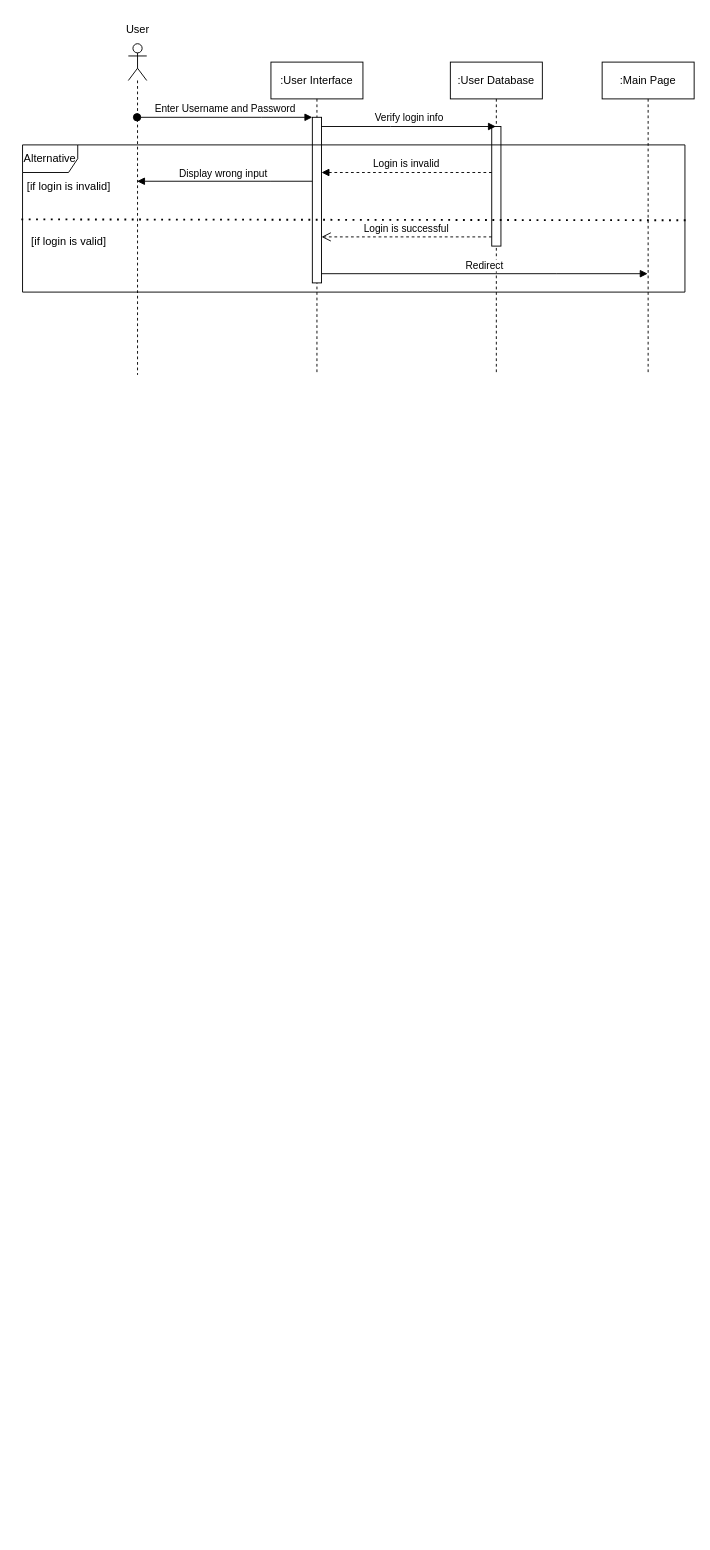
This is Login Sequence Diagram.drawio from adl409/SE-project-Group-5, a draw.io file, before an edit. Source tidied: cells renumbered, new cells numbered last; positions are measured from the earlier drawing's top-left corner, leaving out a move shared by most shapes. Both pictures are drawn from the tidied source at 92%, with x=0, y=0 at pixel (17, 16).
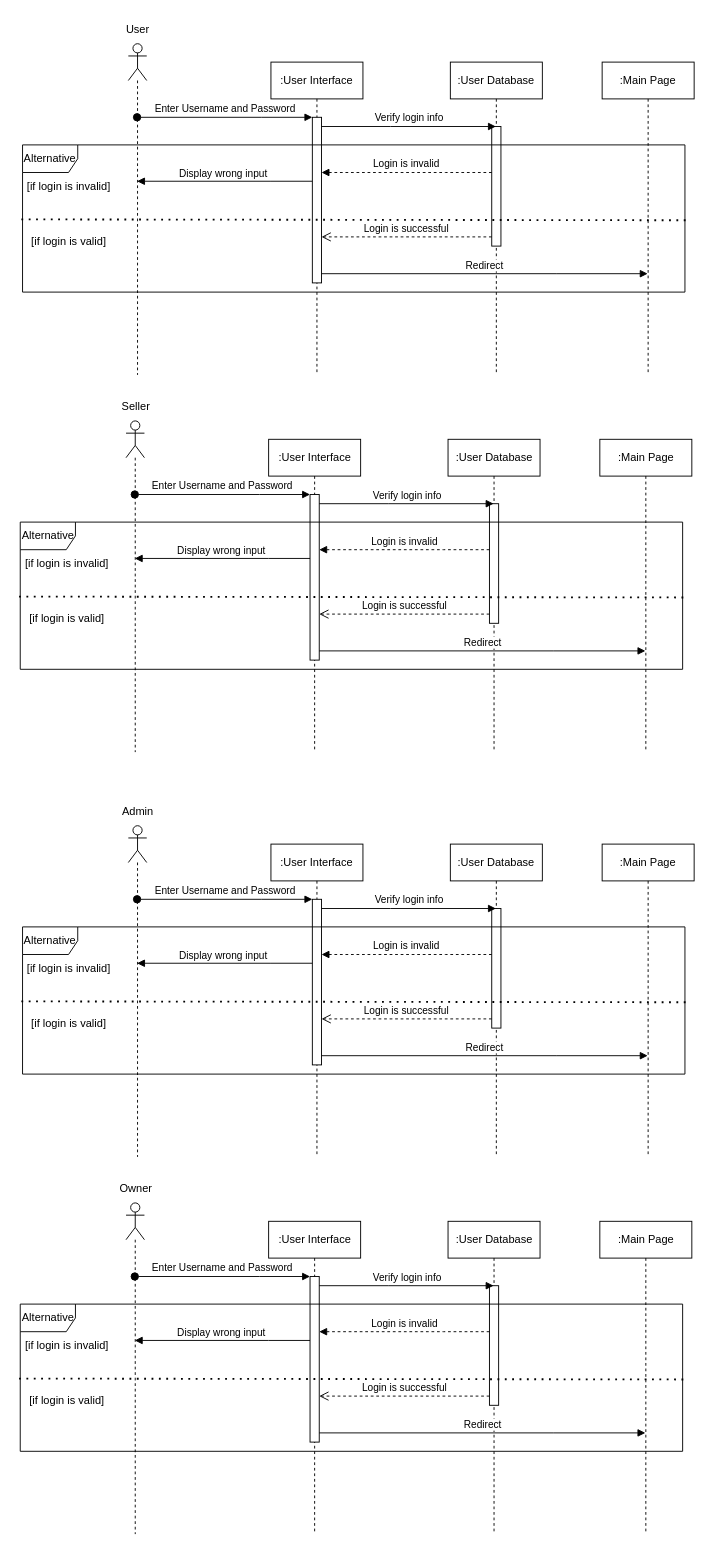
The same page after the edit.

Commit message (it also covers changes not shown here):
Update Login Sequence Diagram

Diff of the diagram source:
```diff
@@
+    <mxCell id="19" value=":User Interface" style="shape=umlLifeline;perimeter=lifelinePerimeter;whiteSpace=wrap;html=1;newEdgeStyle={&quot;edgeStyle&quot;:&quot;elbowEdgeStyle&quot;,&quot;elbow&quot;:&quot;vertical&quot;,&quot;curved&quot;:0,&quot;rounded&quot;:0};" parent="1" vertex="1">
+      <mxGeometry x="272.5" y="460" width="100" height="340" as="geometry" />
+    </mxCell>
+    <mxCell id="20" style="html=1;points=[];perimeter=orthogonalPerimeter;outlineConnect=0;targetShapes=umlLifeline;portConstraint=eastwest;newEdgeStyle={&quot;edgeStyle&quot;:&quot;elbowEdgeStyle&quot;,&quot;elbow&quot;:&quot;vertical&quot;,&quot;curved&quot;:0,&quot;rounded&quot;:0};" parent="19" vertex="1">
+      <mxGeometry x="45" y="60" width="10" height="180" as="geometry" />
+    </mxCell>
+    <mxCell id="21" value=":User Database" style="shape=umlLifeline;perimeter=lifelinePerimeter;whiteSpace=wrap;html=1;outlineConnect=0;portConstraint=eastwest;newEdgeStyle={&quot;edgeStyle&quot;:&quot;elbowEdgeStyle&quot;,&quot;elbow&quot;:&quot;vertical&quot;,&quot;curved&quot;:0,&quot;rounded&quot;:0};" parent="1" vertex="1">
+      <mxGeometry x="467.5" y="460" width="100" height="340" as="geometry" />
+    </mxCell>
+    <mxCell id="22" style="html=1;points=[];perimeter=orthogonalPerimeter;outlineConnect=0;targetShapes=umlLifeline;portConstraint=eastwest;newEdgeStyle={&quot;edgeStyle&quot;:&quot;elbowEdgeStyle&quot;,&quot;elbow&quot;:&quot;vertical&quot;,&quot;curved&quot;:0,&quot;rounded&quot;:0};" parent="21" vertex="1">
+      <mxGeometry x="45" y="70" width="10" height="130" as="geometry" />
+    </mxCell>
+    <mxCell id="23" style="shape=umlLifeline;perimeter=lifelinePerimeter;whiteSpace=wrap;html=1;outlineConnect=0;portConstraint=eastwest;newEdgeStyle={&quot;edgeStyle&quot;:&quot;elbowEdgeStyle&quot;,&quot;elbow&quot;:&quot;vertical&quot;,&quot;curved&quot;:0,&quot;rounded&quot;:0};participant=umlActor;" parent="1" vertex="1">
+      <mxGeometry x="117.5" y="440" width="20" height="360" as="geometry" />
+    </mxCell>
+    <mxCell id="24" value="Enter Username and Password" style="html=1;verticalAlign=bottom;startArrow=oval;endArrow=block;startSize=8;edgeStyle=elbowEdgeStyle;elbow=vertical;curved=0;rounded=0;" parent="1" edge="1" source="23" target="20">
+      <mxGeometry relative="1" as="geometry">
+        <Array as="points">
+          <mxPoint x="262.5" y="520" />
+          <mxPoint x="202.5" y="550" />
+          <mxPoint x="222.5" y="590" />
+        </Array>
+      </mxGeometry>
+    </mxCell>
+    <mxCell id="25" value="Seller" style="text;html=1;align=center;verticalAlign=middle;strokeColor=none;fillColor=none;" parent="1" vertex="1">
+      <mxGeometry x="102.5" y="410" width="50" height="30" as="geometry" />
+    </mxCell>
+    <mxCell id="26" value="Login is successful" style="html=1;verticalAlign=bottom;endArrow=open;dashed=1;endSize=8;edgeStyle=elbowEdgeStyle;elbow=vertical;curved=0;rounded=0;" parent="1" edge="1" source="22" target="20">
+      <mxGeometry relative="1" as="geometry">
+        <Array as="points">
+          <mxPoint x="482.5" y="650" />
+          <mxPoint x="392.5" y="650" />
+          <mxPoint x="402.5" y="640" />
+          <mxPoint x="492.5" y="690" />
+          <mxPoint x="372.5" y="670" />
+          <mxPoint x="362.5" y="740" />
+          <mxPoint x="452.5" y="670" />
+          <mxPoint x="422.5" y="690" />
+          <mxPoint x="282.5" y="680" />
+          <mxPoint x="232.5" y="710" />
+          <mxPoint x="192.5" y="630" />
+        </Array>
+      </mxGeometry>
+    </mxCell>
+    <mxCell id="27" value="Verify login info" style="html=1;verticalAlign=bottom;endArrow=block;edgeStyle=elbowEdgeStyle;elbow=vertical;curved=0;rounded=0;" parent="1" edge="1" target="21">
+      <mxGeometry relative="1" as="geometry">
+        <mxPoint x="327.5" y="530" as="sourcePoint" />
+        <Array as="points">
+          <mxPoint x="402.5" y="530" />
+          <mxPoint x="692.5" y="560" />
+        </Array>
+      </mxGeometry>
+    </mxCell>
+    <mxCell id="28" value="Login is invalid" style="html=1;verticalAlign=bottom;endArrow=block;edgeStyle=elbowEdgeStyle;elbow=vertical;curved=0;rounded=0;dashed=1;" parent="1" edge="1" source="22" target="20">
+      <mxGeometry relative="1" as="geometry">
+        <Array as="points">
+          <mxPoint x="462.5" y="580" />
+          <mxPoint x="442.5" y="610" />
+          <mxPoint x="467.5" y="560" />
+        </Array>
+      </mxGeometry>
+    </mxCell>
+    <mxCell id="29" value="Display wrong input" style="html=1;verticalAlign=bottom;endArrow=block;edgeStyle=elbowEdgeStyle;elbow=vertical;curved=0;rounded=0;" parent="1" edge="1" source="20" target="23">
+      <mxGeometry x="0.02" relative="1" as="geometry">
+        <Array as="points">
+          <mxPoint x="272.5" y="589.5" />
+          <mxPoint x="252.5" y="619.5" />
+          <mxPoint x="277.5" y="569.5" />
+        </Array>
+      </mxGeometry>
+    </mxCell>
+    <mxCell id="30" value=":Main Page" style="shape=umlLifeline;perimeter=lifelinePerimeter;whiteSpace=wrap;html=1;outlineConnect=0;portConstraint=eastwest;newEdgeStyle={&quot;edgeStyle&quot;:&quot;elbowEdgeStyle&quot;,&quot;elbow&quot;:&quot;vertical&quot;,&quot;curved&quot;:0,&quot;rounded&quot;:0};" parent="1" vertex="1">
+      <mxGeometry x="632.5" y="460" width="100" height="340" as="geometry" />
+    </mxCell>
+    <mxCell id="31" value="Redirect" style="html=1;verticalAlign=bottom;endArrow=block;edgeStyle=elbowEdgeStyle;elbow=vertical;curved=0;rounded=0;" parent="1" edge="1" source="20" target="30">
+      <mxGeometry relative="1" as="geometry">
+        <Array as="points">
+          <mxPoint x="582.5" y="690" />
+          <mxPoint x="532.5" y="680" />
+          <mxPoint x="582.5" y="740" />
+          <mxPoint x="432.5" y="760" />
+          <mxPoint x="382.5" y="730" />
+          <mxPoint x="427.5" y="730" />
+          <mxPoint x="717.5" y="760" />
+        </Array>
+      </mxGeometry>
+    </mxCell>
+    <mxCell id="32" value="Alternative" style="shape=umlFrame;whiteSpace=wrap;html=1;" parent="1" vertex="1">
+      <mxGeometry x="2.5" y="550" width="720" height="160" as="geometry" />
+    </mxCell>
+    <mxCell id="33" value="[if login is invalid]" style="text;html=1;align=center;verticalAlign=middle;strokeColor=none;fillColor=none;" parent="1" vertex="1">
+      <mxGeometry x="-2.5" y="580" width="110" height="30" as="geometry" />
+    </mxCell>
+    <mxCell id="34" style="endArrow=none;dashed=1;html=1;dashPattern=1 3;strokeWidth=2;rounded=0;entryX=-0.002;entryY=0.506;entryDx=0;entryDy=0;entryPerimeter=0;exitX=1.001;exitY=0.512;exitDx=0;exitDy=0;exitPerimeter=0;" parent="1" edge="1" source="32" target="32">
+      <mxGeometry relative="1" as="geometry" />
+    </mxCell>
+    <mxCell id="35" value="[if login is valid]" style="text;html=1;align=center;verticalAlign=middle;strokeColor=none;fillColor=none;" parent="1" vertex="1">
+      <mxGeometry x="2.5" y="640" width="100" height="30" as="geometry" />
+    </mxCell>
+    <mxCell id="36" value=":User Interface" style="shape=umlLifeline;perimeter=lifelinePerimeter;whiteSpace=wrap;html=1;newEdgeStyle={&quot;edgeStyle&quot;:&quot;elbowEdgeStyle&quot;,&quot;elbow&quot;:&quot;vertical&quot;,&quot;curved&quot;:0,&quot;rounded&quot;:0};" parent="1" vertex="1">
+      <mxGeometry x="275" y="900" width="100" height="340" as="geometry" />
+    </mxCell>
+    <mxCell id="37" style="html=1;points=[];perimeter=orthogonalPerimeter;outlineConnect=0;targetShapes=umlLifeline;portConstraint=eastwest;newEdgeStyle={&quot;edgeStyle&quot;:&quot;elbowEdgeStyle&quot;,&quot;elbow&quot;:&quot;vertical&quot;,&quot;curved&quot;:0,&quot;rounded&quot;:0};" parent="36" vertex="1">
+      <mxGeometry x="45" y="60" width="10" height="180" as="geometry" />
+    </mxCell>
+    <mxCell id="38" value=":User Database" style="shape=umlLifeline;perimeter=lifelinePerimeter;whiteSpace=wrap;html=1;outlineConnect=0;portConstraint=eastwest;newEdgeStyle={&quot;edgeStyle&quot;:&quot;elbowEdgeStyle&quot;,&quot;elbow&quot;:&quot;vertical&quot;,&quot;curved&quot;:0,&quot;rounded&quot;:0};" parent="1" vertex="1">
+      <mxGeometry x="470" y="900" width="100" height="340" as="geometry" />
+    </mxCell>
+    <mxCell id="39" style="html=1;points=[];perimeter=orthogonalPerimeter;outlineConnect=0;targetShapes=umlLifeline;portConstraint=eastwest;newEdgeStyle={&quot;edgeStyle&quot;:&quot;elbowEdgeStyle&quot;,&quot;elbow&quot;:&quot;vertical&quot;,&quot;curved&quot;:0,&quot;rounded&quot;:0};" parent="38" vertex="1">
+      <mxGeometry x="45" y="70" width="10" height="130" as="geometry" />
+    </mxCell>
+    <mxCell id="40" style="shape=umlLifeline;perimeter=lifelinePerimeter;whiteSpace=wrap;html=1;outlineConnect=0;portConstraint=eastwest;newEdgeStyle={&quot;edgeStyle&quot;:&quot;elbowEdgeStyle&quot;,&quot;elbow&quot;:&quot;vertical&quot;,&quot;curved&quot;:0,&quot;rounded&quot;:0};participant=umlActor;" parent="1" vertex="1">
+      <mxGeometry x="120" y="880" width="20" height="360" as="geometry" />
+    </mxCell>
+    <mxCell id="41" value="Enter Username and Password" style="html=1;verticalAlign=bottom;startArrow=oval;endArrow=block;startSize=8;edgeStyle=elbowEdgeStyle;elbow=vertical;curved=0;rounded=0;" parent="1" edge="1" source="40" target="37">
+      <mxGeometry relative="1" as="geometry">
+        <Array as="points">
+          <mxPoint x="265" y="960" />
+          <mxPoint x="205" y="990" />
+          <mxPoint x="225" y="1030" />
+        </Array>
+      </mxGeometry>
+    </mxCell>
+    <mxCell id="42" value="Admin" style="text;html=1;align=center;verticalAlign=middle;strokeColor=none;fillColor=none;" parent="1" vertex="1">
+      <mxGeometry x="100" y="850" width="60" height="30" as="geometry" />
+    </mxCell>
+    <mxCell id="43" value="Login is successful" style="html=1;verticalAlign=bottom;endArrow=open;dashed=1;endSize=8;edgeStyle=elbowEdgeStyle;elbow=vertical;curved=0;rounded=0;" parent="1" edge="1" source="39" target="37">
+      <mxGeometry relative="1" as="geometry">
+        <Array as="points">
+          <mxPoint x="485" y="1090" />
+          <mxPoint x="395" y="1090" />
+          <mxPoint x="405" y="1080" />
+          <mxPoint x="495" y="1130" />
+          <mxPoint x="375" y="1110" />
+          <mxPoint x="365" y="1180" />
+          <mxPoint x="455" y="1110" />
+          <mxPoint x="425" y="1130" />
+          <mxPoint x="285" y="1120" />
+          <mxPoint x="235" y="1150" />
+          <mxPoint x="195" y="1070" />
+        </Array>
+      </mxGeometry>
+    </mxCell>
+    <mxCell id="44" value="Verify login info" style="html=1;verticalAlign=bottom;endArrow=block;edgeStyle=elbowEdgeStyle;elbow=vertical;curved=0;rounded=0;" parent="1" edge="1" target="38">
+      <mxGeometry relative="1" as="geometry">
+        <mxPoint x="330" y="970" as="sourcePoint" />
+        <Array as="points">
+          <mxPoint x="405" y="970" />
+          <mxPoint x="695" y="1000" />
+        </Array>
+      </mxGeometry>
+    </mxCell>
+    <mxCell id="45" value="Login is invalid" style="html=1;verticalAlign=bottom;endArrow=block;edgeStyle=elbowEdgeStyle;elbow=vertical;curved=0;rounded=0;dashed=1;" parent="1" edge="1" source="39" target="37">
+      <mxGeometry relative="1" as="geometry">
+        <Array as="points">
+          <mxPoint x="465" y="1020" />
+          <mxPoint x="445" y="1050" />
+          <mxPoint x="470" y="1000" />
+        </Array>
+      </mxGeometry>
+    </mxCell>
+    <mxCell id="46" value="Display wrong input" style="html=1;verticalAlign=bottom;endArrow=block;edgeStyle=elbowEdgeStyle;elbow=vertical;curved=0;rounded=0;" parent="1" edge="1" source="37" target="40">
+      <mxGeometry x="0.02" relative="1" as="geometry">
+        <Array as="points">
+          <mxPoint x="275" y="1029.5" />
+          <mxPoint x="255" y="1059.5" />
+          <mxPoint x="280" y="1009.5" />
+        </Array>
+      </mxGeometry>
+    </mxCell>
+    <mxCell id="47" value=":Main Page" style="shape=umlLifeline;perimeter=lifelinePerimeter;whiteSpace=wrap;html=1;outlineConnect=0;portConstraint=eastwest;newEdgeStyle={&quot;edgeStyle&quot;:&quot;elbowEdgeStyle&quot;,&quot;elbow&quot;:&quot;vertical&quot;,&quot;curved&quot;:0,&quot;rounded&quot;:0};" parent="1" vertex="1">
+      <mxGeometry x="635" y="900" width="100" height="340" as="geometry" />
+    </mxCell>
+    <mxCell id="48" value="Redirect" style="html=1;verticalAlign=bottom;endArrow=block;edgeStyle=elbowEdgeStyle;elbow=vertical;curved=0;rounded=0;" parent="1" edge="1" source="37" target="47">
+      <mxGeometry relative="1" as="geometry">
+        <Array as="points">
+          <mxPoint x="585" y="1130" />
+          <mxPoint x="535" y="1120" />
+          <mxPoint x="585" y="1180" />
+          <mxPoint x="435" y="1200" />
+          <mxPoint x="385" y="1170" />
+          <mxPoint x="430" y="1170" />
+          <mxPoint x="720" y="1200" />
+        </Array>
+      </mxGeometry>
+    </mxCell>
+    <mxCell id="49" value="Alternative" style="shape=umlFrame;whiteSpace=wrap;html=1;" parent="1" vertex="1">
+      <mxGeometry x="5" y="990" width="720" height="160" as="geometry" />
+    </mxCell>
+    <mxCell id="50" value="[if login is invalid]" style="text;html=1;align=center;verticalAlign=middle;strokeColor=none;fillColor=none;" parent="1" vertex="1">
+      <mxGeometry y="1020" width="110" height="30" as="geometry" />
+    </mxCell>
+    <mxCell id="51" style="endArrow=none;dashed=1;html=1;dashPattern=1 3;strokeWidth=2;rounded=0;entryX=-0.002;entryY=0.506;entryDx=0;entryDy=0;entryPerimeter=0;exitX=1.001;exitY=0.512;exitDx=0;exitDy=0;exitPerimeter=0;" parent="1" edge="1" source="49" target="49">
+      <mxGeometry relative="1" as="geometry" />
+    </mxCell>
+    <mxCell id="52" value="[if login is valid]" style="text;html=1;align=center;verticalAlign=middle;strokeColor=none;fillColor=none;" parent="1" vertex="1">
+      <mxGeometry x="5" y="1080" width="100" height="30" as="geometry" />
+    </mxCell>
+    <mxCell id="53" value=":User Interface" style="shape=umlLifeline;perimeter=lifelinePerimeter;whiteSpace=wrap;html=1;newEdgeStyle={&quot;edgeStyle&quot;:&quot;elbowEdgeStyle&quot;,&quot;elbow&quot;:&quot;vertical&quot;,&quot;curved&quot;:0,&quot;rounded&quot;:0};" parent="1" vertex="1">
+      <mxGeometry x="272.5" y="1310" width="100" height="340" as="geometry" />
+    </mxCell>
+    <mxCell id="54" style="html=1;points=[];perimeter=orthogonalPerimeter;outlineConnect=0;targetShapes=umlLifeline;portConstraint=eastwest;newEdgeStyle={&quot;edgeStyle&quot;:&quot;elbowEdgeStyle&quot;,&quot;elbow&quot;:&quot;vertical&quot;,&quot;curved&quot;:0,&quot;rounded&quot;:0};" parent="53" vertex="1">
+      <mxGeometry x="45" y="60" width="10" height="180" as="geometry" />
+    </mxCell>
+    <mxCell id="55" value=":User Database" style="shape=umlLifeline;perimeter=lifelinePerimeter;whiteSpace=wrap;html=1;outlineConnect=0;portConstraint=eastwest;newEdgeStyle={&quot;edgeStyle&quot;:&quot;elbowEdgeStyle&quot;,&quot;elbow&quot;:&quot;vertical&quot;,&quot;curved&quot;:0,&quot;rounded&quot;:0};" parent="1" vertex="1">
+      <mxGeometry x="467.5" y="1310" width="100" height="340" as="geometry" />
+    </mxCell>
+    <mxCell id="56" style="html=1;points=[];perimeter=orthogonalPerimeter;outlineConnect=0;targetShapes=umlLifeline;portConstraint=eastwest;newEdgeStyle={&quot;edgeStyle&quot;:&quot;elbowEdgeStyle&quot;,&quot;elbow&quot;:&quot;vertical&quot;,&quot;curved&quot;:0,&quot;rounded&quot;:0};" parent="55" vertex="1">
+      <mxGeometry x="45" y="70" width="10" height="130" as="geometry" />
+    </mxCell>
+    <mxCell id="57" style="shape=umlLifeline;perimeter=lifelinePerimeter;whiteSpace=wrap;html=1;outlineConnect=0;portConstraint=eastwest;newEdgeStyle={&quot;edgeStyle&quot;:&quot;elbowEdgeStyle&quot;,&quot;elbow&quot;:&quot;vertical&quot;,&quot;curved&quot;:0,&quot;rounded&quot;:0};participant=umlActor;" parent="1" vertex="1">
+      <mxGeometry x="117.5" y="1290" width="20" height="360" as="geometry" />
+    </mxCell>
+    <mxCell id="58" value="Enter Username and Password" style="html=1;verticalAlign=bottom;startArrow=oval;endArrow=block;startSize=8;edgeStyle=elbowEdgeStyle;elbow=vertical;curved=0;rounded=0;" parent="1" edge="1" source="57" target="54">
+      <mxGeometry relative="1" as="geometry">
+        <Array as="points">
+          <mxPoint x="262.5" y="1370" />
+          <mxPoint x="202.5" y="1400" />
+          <mxPoint x="222.5" y="1440" />
+        </Array>
+      </mxGeometry>
+    </mxCell>
+    <mxCell id="59" value="Owner" style="text;html=1;align=center;verticalAlign=middle;strokeColor=none;fillColor=none;" parent="1" vertex="1">
+      <mxGeometry x="97.5" y="1260" width="60" height="30" as="geometry" />
+    </mxCell>
+    <mxCell id="60" value="Login is successful" style="html=1;verticalAlign=bottom;endArrow=open;dashed=1;endSize=8;edgeStyle=elbowEdgeStyle;elbow=vertical;curved=0;rounded=0;" parent="1" edge="1" source="56" target="54">
+      <mxGeometry relative="1" as="geometry">
+        <Array as="points">
+          <mxPoint x="482.5" y="1500" />
+          <mxPoint x="392.5" y="1500" />
+          <mxPoint x="402.5" y="1490" />
+          <mxPoint x="492.5" y="1540" />
+          <mxPoint x="372.5" y="1520" />
+          <mxPoint x="362.5" y="1590" />
+          <mxPoint x="452.5" y="1520" />
+          <mxPoint x="422.5" y="1540" />
+          <mxPoint x="282.5" y="1530" />
+          <mxPoint x="232.5" y="1560" />
+          <mxPoint x="192.5" y="1480" />
+        </Array>
+      </mxGeometry>
+    </mxCell>
+    <mxCell id="61" value="Verify login info" style="html=1;verticalAlign=bottom;endArrow=block;edgeStyle=elbowEdgeStyle;elbow=vertical;curved=0;rounded=0;" parent="1" edge="1" target="55">
+      <mxGeometry relative="1" as="geometry">
+        <mxPoint x="327.5" y="1380" as="sourcePoint" />
+        <Array as="points">
+          <mxPoint x="402.5" y="1380" />
+          <mxPoint x="692.5" y="1410" />
+        </Array>
+      </mxGeometry>
+    </mxCell>
+    <mxCell id="62" value="Login is invalid" style="html=1;verticalAlign=bottom;endArrow=block;edgeStyle=elbowEdgeStyle;elbow=vertical;curved=0;rounded=0;dashed=1;" parent="1" edge="1" source="56" target="54">
+      <mxGeometry relative="1" as="geometry">
+        <Array as="points">
+          <mxPoint x="462.5" y="1430" />
+          <mxPoint x="442.5" y="1460" />
+          <mxPoint x="467.5" y="1410" />
+        </Array>
+      </mxGeometry>
+    </mxCell>
+    <mxCell id="63" value="Display wrong input" style="html=1;verticalAlign=bottom;endArrow=block;edgeStyle=elbowEdgeStyle;elbow=vertical;curved=0;rounded=0;" parent="1" edge="1" source="54" target="57">
+      <mxGeometry x="0.02" relative="1" as="geometry">
+        <Array as="points">
+          <mxPoint x="272.5" y="1439.5" />
+          <mxPoint x="252.5" y="1469.5" />
+          <mxPoint x="277.5" y="1419.5" />
+        </Array>
+      </mxGeometry>
+    </mxCell>
+    <mxCell id="64" value=":Main Page" style="shape=umlLifeline;perimeter=lifelinePerimeter;whiteSpace=wrap;html=1;outlineConnect=0;portConstraint=eastwest;newEdgeStyle={&quot;edgeStyle&quot;:&quot;elbowEdgeStyle&quot;,&quot;elbow&quot;:&quot;vertical&quot;,&quot;curved&quot;:0,&quot;rounded&quot;:0};" parent="1" vertex="1">
+      <mxGeometry x="632.5" y="1310" width="100" height="340" as="geometry" />
+    </mxCell>
+    <mxCell id="65" value="Redirect" style="html=1;verticalAlign=bottom;endArrow=block;edgeStyle=elbowEdgeStyle;elbow=vertical;curved=0;rounded=0;" parent="1" edge="1" source="54" target="64">
+      <mxGeometry relative="1" as="geometry">
+        <Array as="points">
+          <mxPoint x="582.5" y="1540" />
+          <mxPoint x="532.5" y="1530" />
+          <mxPoint x="582.5" y="1590" />
+          <mxPoint x="432.5" y="1610" />
+          <mxPoint x="382.5" y="1580" />
+          <mxPoint x="427.5" y="1580" />
+          <mxPoint x="717.5" y="1610" />
+        </Array>
+      </mxGeometry>
+    </mxCell>
+    <mxCell id="66" value="Alternative" style="shape=umlFrame;whiteSpace=wrap;html=1;" parent="1" vertex="1">
+      <mxGeometry x="2.5" y="1400" width="720" height="160" as="geometry" />
+    </mxCell>
+    <mxCell id="67" value="[if login is invalid]" style="text;html=1;align=center;verticalAlign=middle;strokeColor=none;fillColor=none;" parent="1" vertex="1">
+      <mxGeometry x="-2.5" y="1430" width="110" height="30" as="geometry" />
+    </mxCell>
+    <mxCell id="68" style="endArrow=none;dashed=1;html=1;dashPattern=1 3;strokeWidth=2;rounded=0;entryX=-0.002;entryY=0.506;entryDx=0;entryDy=0;entryPerimeter=0;exitX=1.001;exitY=0.512;exitDx=0;exitDy=0;exitPerimeter=0;" parent="1" edge="1" source="66" target="66">
+      <mxGeometry relative="1" as="geometry" />
+    </mxCell>
+    <mxCell id="69" value="[if login is valid]" style="text;html=1;align=center;verticalAlign=middle;strokeColor=none;fillColor=none;" parent="1" vertex="1">
+      <mxGeometry x="2.5" y="1490" width="100" height="30" as="geometry" />
+    </mxCell>
```
